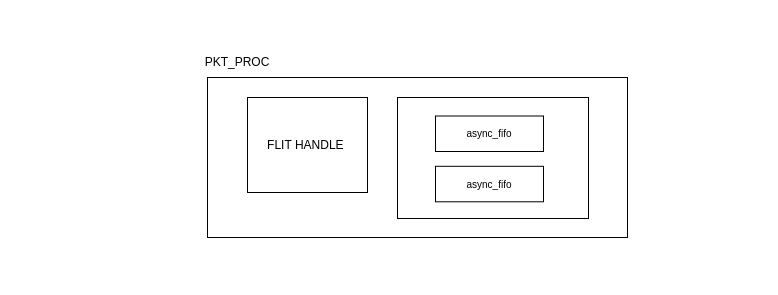
Before: page "temp-pkt_proc" (10 of 14) of NoC.drawio in Akilax0/minimal_NoC, a draw.io diagram. Source tidied: cells renumbered, new cells numbered last; positions are measured from the earlier drawing's top-left corner, leaving out a move shared by most shapes. Both pictures are drawn from the tidied source at 100%, with x=0, y=0 at pixel (207, 47).
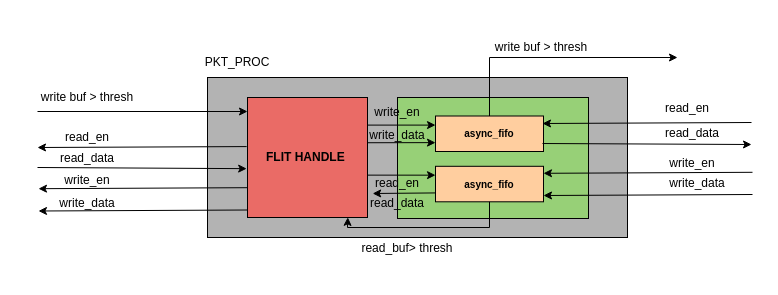
The same diagram, later.

Change to the diagram source:
```diff
@@
-    <mxCell id="2" style="rounded=0;whiteSpace=wrap;html=1;" parent="1" vertex="1">
+    <mxCell id="2" style="rounded=0;whiteSpace=wrap;html=1;fillColor=#B3B3B3;" parent="1" vertex="1">
       <mxGeometry y="30" width="420" height="160" as="geometry" />
     </mxCell>
-    <mxCell id="3" style="rounded=0;whiteSpace=wrap;html=1;" parent="1" vertex="1">
+    <mxCell id="3" style="rounded=0;whiteSpace=wrap;html=1;fillColor=#97D077;" parent="1" vertex="1">
       <mxGeometry x="190" y="50" width="191" height="121" as="geometry" />
     </mxCell>
@@
-    <mxCell id="5" value="async_fifo" style="rounded=0;whiteSpace=wrap;html=1;fontSize=10;" parent="1" vertex="1">
+    <mxCell id="5" value="async_fifo" style="rounded=0;whiteSpace=wrap;html=1;fontSize=10;fillColor=#FFCE9F;fontStyle=1;" parent="1" vertex="1">
       <mxGeometry x="228" y="68.5" width="108" height="35.5" as="geometry" />
     </mxCell>
-    <mxCell id="6" value="async_fifo" style="rounded=0;whiteSpace=wrap;html=1;fontSize=10;" parent="1" vertex="1">
+    <mxCell id="6" value="async_fifo" style="rounded=0;whiteSpace=wrap;html=1;fontSize=10;fillColor=#FFCE9F;fontStyle=1;" parent="1" vertex="1">
       <mxGeometry x="228" y="118.8" width="108" height="35.5" as="geometry" />
     </mxCell>
-    <mxCell id="7" value="FLIT HANDLE&amp;nbsp;" style="rounded=0;whiteSpace=wrap;html=1;" parent="1" vertex="1">
-      <mxGeometry x="40" y="50" width="120" height="95" as="geometry" />
+    <mxCell id="7" value="FLIT HANDLE&amp;nbsp;" style="rounded=0;whiteSpace=wrap;html=1;fillColor=#EA6B66;fontStyle=1;" parent="1" vertex="1">
+      <mxGeometry x="40" y="50" width="120" height="120" as="geometry" />
     </mxCell>
+    <mxCell id="8" style="endArrow=classic;html=1;rounded=0;" parent="1" edge="1">
+      <mxGeometry relative="1" as="geometry">
+        <mxPoint x="-170" y="64" as="sourcePoint" />
+        <mxPoint x="40" y="64" as="targetPoint" />
+      </mxGeometry>
+    </mxCell>
+    <mxCell id="9" value="write buf &amp;gt; thresh" style="text;html=1;strokeColor=none;fillColor=none;align=center;verticalAlign=middle;whiteSpace=wrap;rounded=0;" parent="1" vertex="1">
+      <mxGeometry x="-190" y="20" width="140" height="60" as="geometry" />
+    </mxCell>
+    <mxCell id="10" style="endArrow=classic;html=1;rounded=0;exitX=-0.007;exitY=0.409;exitDx=0;exitDy=0;exitPerimeter=0;" parent="1" edge="1" source="7">
+      <mxGeometry relative="1" as="geometry">
+        <mxPoint x="-170" y="100" as="targetPoint" />
+      </mxGeometry>
+    </mxCell>
+    <mxCell id="11" value="read_en" style="text;html=1;strokeColor=none;fillColor=none;align=center;verticalAlign=middle;whiteSpace=wrap;rounded=0;" parent="1" vertex="1">
+      <mxGeometry x="-170" y="75.2" width="100" height="28.8" as="geometry" />
+    </mxCell>
+    <mxCell id="12" style="endArrow=classic;html=1;rounded=0;entryX=-0.007;entryY=0.593;entryDx=0;entryDy=0;entryPerimeter=0;" parent="1" edge="1" target="7">
+      <mxGeometry relative="1" as="geometry">
+        <mxPoint x="-170" y="120" as="sourcePoint" />
+      </mxGeometry>
+    </mxCell>
+    <mxCell id="13" value="read_data" style="text;html=1;strokeColor=none;fillColor=none;align=center;verticalAlign=middle;whiteSpace=wrap;rounded=0;" parent="1" vertex="1">
+      <mxGeometry x="-165" y="92" width="90" height="37" as="geometry" />
+    </mxCell>
+    <mxCell id="14" style="endArrow=classic;html=1;rounded=0;exitX=0.5;exitY=1;exitDx=0;exitDy=0;entryX=0.836;entryY=0.999;entryDx=0;entryDy=0;entryPerimeter=0;" parent="1" edge="1" source="6" target="7">
+      <mxGeometry relative="1" as="geometry">
+        <Array as="points">
+          <mxPoint x="282" y="180" />
+          <mxPoint x="140" y="180" />
+        </Array>
+      </mxGeometry>
+    </mxCell>
+    <mxCell id="15" value="read_buf&amp;gt; thresh" style="text;html=1;strokeColor=none;fillColor=none;align=center;verticalAlign=middle;whiteSpace=wrap;rounded=0;" parent="1" vertex="1">
+      <mxGeometry x="130" y="171" width="140" height="60" as="geometry" />
+    </mxCell>
+    <mxCell id="16" style="endArrow=classic;html=1;rounded=0;entryX=0;entryY=0.25;entryDx=0;entryDy=0;exitX=1;exitY=0.647;exitDx=0;exitDy=0;exitPerimeter=0;" parent="1" edge="1" source="7" target="6">
+      <mxGeometry relative="1" as="geometry" />
+    </mxCell>
+    <mxCell id="17" style="endArrow=classic;html=1;rounded=0;exitX=0;exitY=0.75;exitDx=0;exitDy=0;entryX=1.043;entryY=0.8;entryDx=0;entryDy=0;entryPerimeter=0;" parent="1" edge="1" source="6" target="7">
+      <mxGeometry relative="1" as="geometry" />
+    </mxCell>
+    <mxCell id="18" value="read_en" style="text;html=1;strokeColor=none;fillColor=none;align=center;verticalAlign=middle;whiteSpace=wrap;rounded=0;" parent="1" vertex="1">
+      <mxGeometry x="165" y="125.6" width="50" height="20" as="geometry" />
+    </mxCell>
+    <mxCell id="19" value="read_data" style="text;html=1;strokeColor=none;fillColor=none;align=center;verticalAlign=middle;whiteSpace=wrap;rounded=0;" parent="1" vertex="1">
+      <mxGeometry x="165" y="145.6" width="50" height="20" as="geometry" />
+    </mxCell>
+    <mxCell id="20" style="endArrow=classic;html=1;rounded=0;exitX=0.5;exitY=0;exitDx=0;exitDy=0;" parent="1" edge="1" source="5">
+      <mxGeometry relative="1" as="geometry">
+        <mxPoint x="470" y="10" as="targetPoint" />
+        <Array as="points">
+          <mxPoint x="282" y="10" />
+        </Array>
+      </mxGeometry>
+    </mxCell>
+    <mxCell id="21" value="write buf &amp;gt; thresh" style="text;html=1;strokeColor=none;fillColor=none;align=center;verticalAlign=middle;whiteSpace=wrap;rounded=0;" parent="1" vertex="1">
+      <mxGeometry x="284" y="-30" width="100" height="60" as="geometry" />
+    </mxCell>
+    <mxCell id="22" style="endArrow=classic;html=1;rounded=0;exitX=-0.007;exitY=0.409;exitDx=0;exitDy=0;exitPerimeter=0;" parent="1" edge="1">
+      <mxGeometry relative="1" as="geometry">
+        <mxPoint x="544" y="75" as="sourcePoint" />
+        <mxPoint x="335" y="76" as="targetPoint" />
+      </mxGeometry>
+    </mxCell>
+    <mxCell id="23" value="read_en" style="text;html=1;strokeColor=none;fillColor=none;align=center;verticalAlign=middle;whiteSpace=wrap;rounded=0;" parent="1" vertex="1">
+      <mxGeometry x="430" y="46.5" width="100" height="28.8" as="geometry" />
+    </mxCell>
+    <mxCell id="24" style="endArrow=classic;html=1;rounded=0;entryX=-0.007;entryY=0.593;entryDx=0;entryDy=0;entryPerimeter=0;" parent="1" edge="1">
+      <mxGeometry relative="1" as="geometry">
+        <mxPoint x="335" y="96" as="sourcePoint" />
+        <mxPoint x="544" y="97" as="targetPoint" />
+      </mxGeometry>
+    </mxCell>
+    <mxCell id="25" value="read_data" style="text;html=1;strokeColor=none;fillColor=none;align=center;verticalAlign=middle;whiteSpace=wrap;rounded=0;" parent="1" vertex="1">
+      <mxGeometry x="440" y="67.8" width="90" height="37" as="geometry" />
+    </mxCell>
+    <mxCell id="26" style="endArrow=classic;html=1;rounded=0;exitX=-0.007;exitY=0.409;exitDx=0;exitDy=0;exitPerimeter=0;" parent="1" edge="1">
+      <mxGeometry relative="1" as="geometry">
+        <mxPoint x="545" y="124.8" as="sourcePoint" />
+        <mxPoint x="336" y="125.8" as="targetPoint" />
+      </mxGeometry>
+    </mxCell>
+    <mxCell id="27" value="write_en" style="text;html=1;strokeColor=none;fillColor=none;align=center;verticalAlign=middle;whiteSpace=wrap;rounded=0;" parent="1" vertex="1">
+      <mxGeometry x="435" y="101.2" width="100" height="28.8" as="geometry" />
+    </mxCell>
+    <mxCell id="28" style="endArrow=classic;html=1;rounded=0;exitX=-0.007;exitY=0.409;exitDx=0;exitDy=0;exitPerimeter=0;" parent="1" edge="1">
+      <mxGeometry relative="1" as="geometry">
+        <mxPoint x="545" y="147" as="sourcePoint" />
+        <mxPoint x="336" y="148" as="targetPoint" />
+      </mxGeometry>
+    </mxCell>
+    <mxCell id="29" value="write_data" style="text;html=1;strokeColor=none;fillColor=none;align=center;verticalAlign=middle;whiteSpace=wrap;rounded=0;" parent="1" vertex="1">
+      <mxGeometry x="440" y="121.2" width="100" height="28.8" as="geometry" />
+    </mxCell>
+    <mxCell id="30" style="endArrow=classic;html=1;rounded=0;exitX=-0.007;exitY=0.409;exitDx=0;exitDy=0;exitPerimeter=0;" parent="1" edge="1">
+      <mxGeometry relative="1" as="geometry">
+        <mxPoint x="40" y="140.2" as="sourcePoint" />
+        <mxPoint x="-169" y="141.2" as="targetPoint" />
+      </mxGeometry>
+    </mxCell>
+    <mxCell id="31" value="write_en" style="text;html=1;strokeColor=none;fillColor=none;align=center;verticalAlign=middle;whiteSpace=wrap;rounded=0;" parent="1" vertex="1">
+      <mxGeometry x="-170" y="119" width="100" height="28.8" as="geometry" />
+    </mxCell>
+    <mxCell id="32" style="endArrow=classic;html=1;rounded=0;exitX=-0.007;exitY=0.409;exitDx=0;exitDy=0;exitPerimeter=0;" parent="1" edge="1">
+      <mxGeometry relative="1" as="geometry">
+        <mxPoint x="40" y="162.5" as="sourcePoint" />
+        <mxPoint x="-169" y="163.5" as="targetPoint" />
+      </mxGeometry>
+    </mxCell>
+    <mxCell id="33" value="write_data" style="text;html=1;strokeColor=none;fillColor=none;align=center;verticalAlign=middle;whiteSpace=wrap;rounded=0;" parent="1" vertex="1">
+      <mxGeometry x="-170" y="141.2" width="100" height="28.8" as="geometry" />
+    </mxCell>
+    <mxCell id="34" style="endArrow=classic;html=1;rounded=0;entryX=0;entryY=0.25;entryDx=0;entryDy=0;exitX=1;exitY=0.647;exitDx=0;exitDy=0;exitPerimeter=0;" parent="1" edge="1">
+      <mxGeometry relative="1" as="geometry">
+        <mxPoint x="160" y="77.6" as="sourcePoint" />
+        <mxPoint x="228" y="77.6" as="targetPoint" />
+      </mxGeometry>
+    </mxCell>
+    <mxCell id="35" style="endArrow=classic;html=1;rounded=0;exitX=1.002;exitY=0.377;exitDx=0;exitDy=0;entryX=0;entryY=0.75;entryDx=0;entryDy=0;exitPerimeter=0;" parent="1" edge="1" source="7" target="5">
+      <mxGeometry relative="1" as="geometry" />
+    </mxCell>
+    <mxCell id="36" value="write_en" style="text;html=1;strokeColor=none;fillColor=none;align=center;verticalAlign=middle;whiteSpace=wrap;rounded=0;" parent="1" vertex="1">
+      <mxGeometry x="165" y="50" width="50" height="30.4" as="geometry" />
+    </mxCell>
+    <mxCell id="37" value="write_data" style="text;html=1;strokeColor=none;fillColor=none;align=center;verticalAlign=middle;whiteSpace=wrap;rounded=0;" parent="1" vertex="1">
+      <mxGeometry x="160" y="75.2" width="60" height="24.8" as="geometry" />
+    </mxCell>
```
